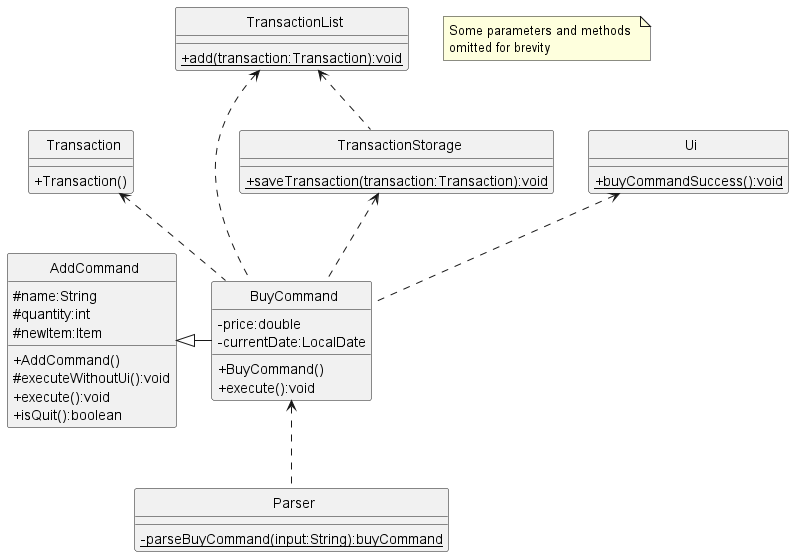
Before: docs/uml-diagrams/BuyCommandClass.png, a diagram exported from PlantUML (rismm/tp).
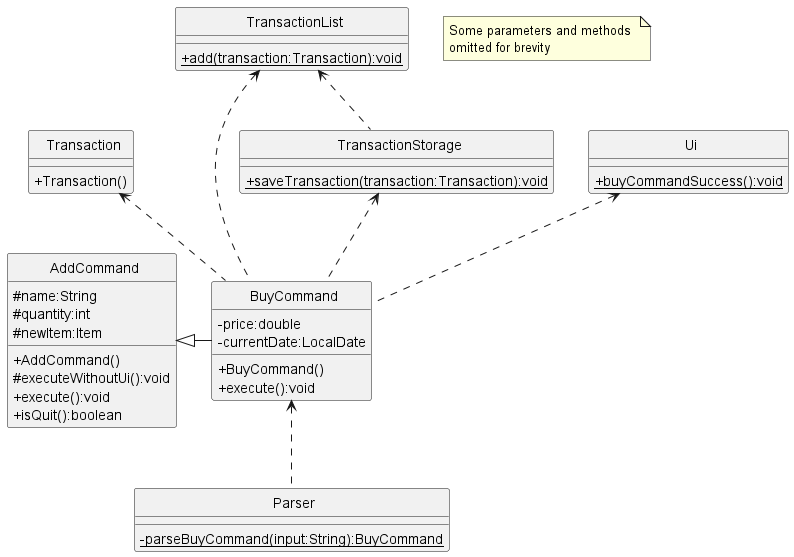
After the change.

Change to the diagram source:
```diff
@@ -49,7 +49,7 @@
 }
 
 class Parser {
-    {static}-parseBuyCommand(input:String):buyCommand
+    {static}-parseBuyCommand(input:String):BuyCommand
 }
 
 class TransactionStorage {
```
